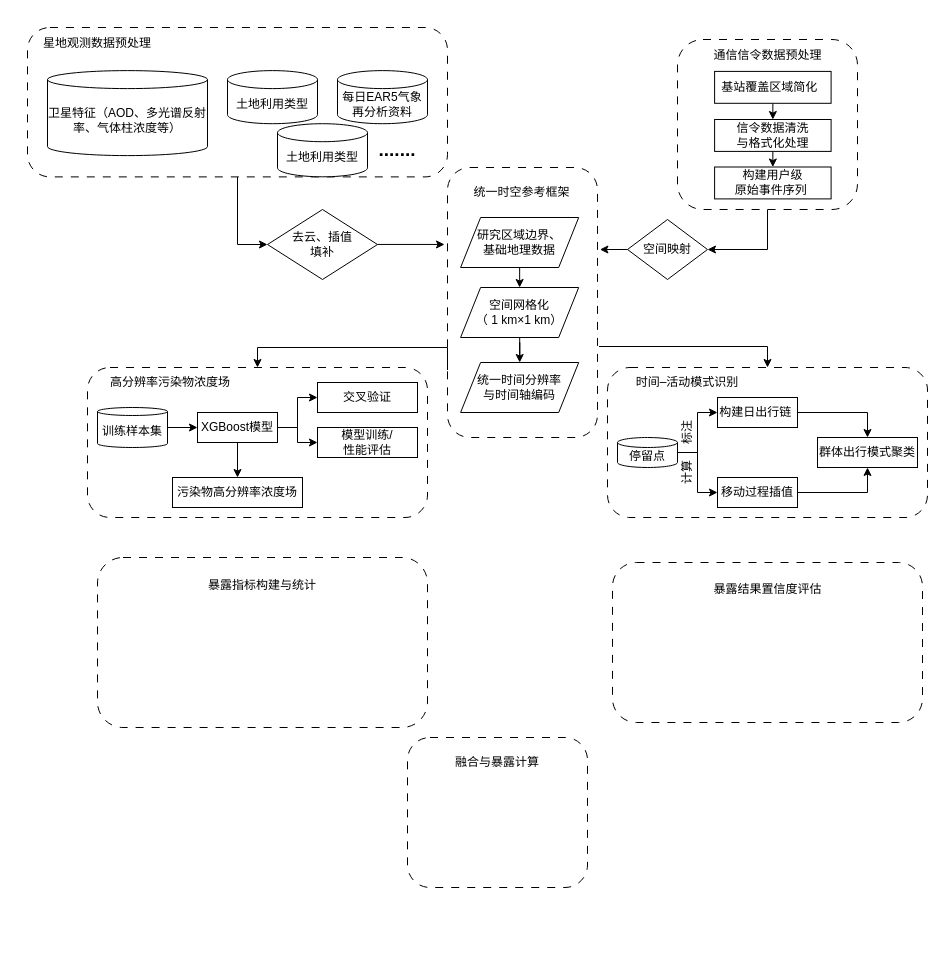
1059363121/iodraw-files keeps this draw.io diagram as 专利.drawio. Above is the earlier version. Source tidied: cells renumbered, new cells numbered last; positions are measured from the earlier drawing's top-left corner, leaving out a move shared by most shapes. Both pictures are drawn from the tidied source at 100%, with x=0, y=0 at pixel (27, 17).
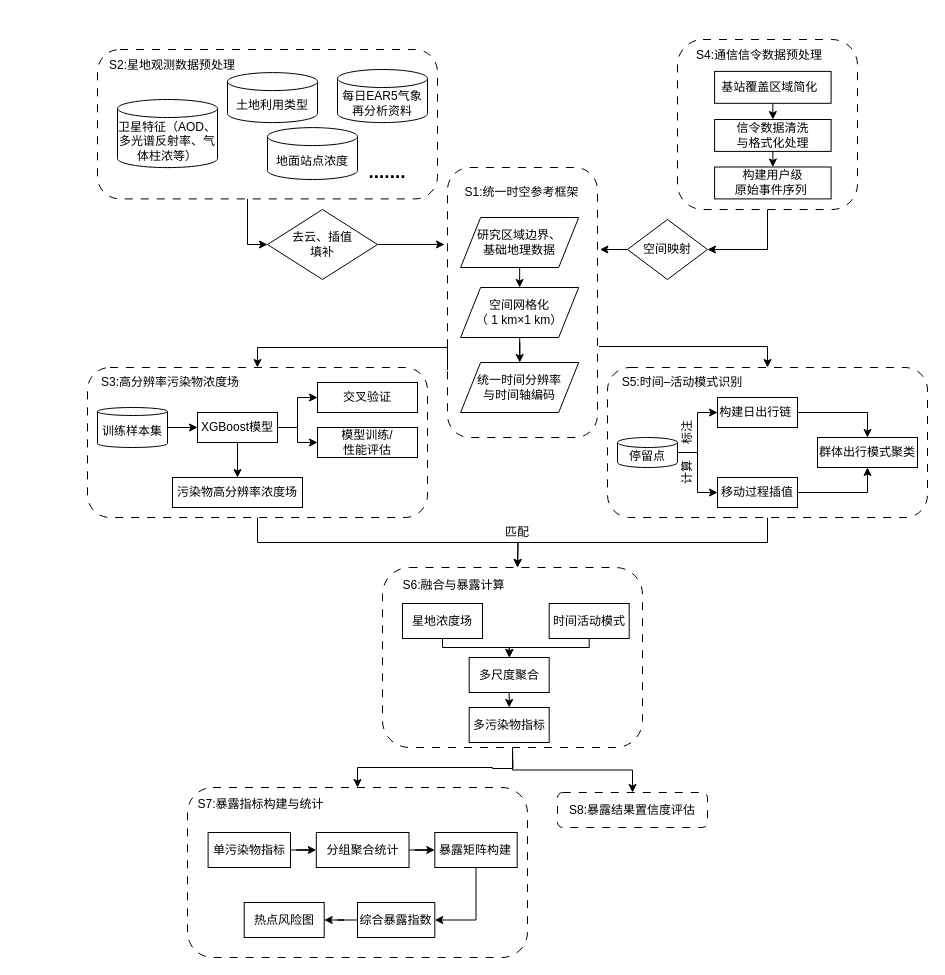
The same page after the edit.

The change refers to these unchanged cells:
```xml
<mxCell id="2" style="rounded=1;whiteSpace=wrap;html=1;dashed=1;dashPattern=8 8;" parent="1" vertex="1">
  <mxGeometry x="580" y="350" width="320" height="150" as="geometry" />
</mxCell>
<mxCell id="6" style="group;" parent="1" vertex="1">
  <mxGeometry x="420" y="150" width="150" height="270" as="geometry" />
</mxCell>
<mxCell id="22" style="group;" parent="1" vertex="1">
  <mxGeometry x="650" y="22" width="180" height="170" as="geometry" />
</mxCell>
<mxCell id="30" style="group;" parent="1" vertex="1">
  <mxGeometry x="60" y="350" width="340" height="150" as="geometry" />
</mxCell>
<mxCell id="31" style="rounded=1;whiteSpace=wrap;html=1;dashed=1;dashPattern=8 8;" parent="30" vertex="1">
  <mxGeometry width="340" height="150" as="geometry" />
</mxCell>
<mxCell id="53" value="去云、插值&lt;div&gt;填补&lt;/div&gt;" style="rhombus;whiteSpace=wrap;html=1;" parent="1" vertex="1">
  <mxGeometry x="240" y="192" width="110" height="70" as="geometry" />
</mxCell>
```

Diff of the diagram source:
```diff
@@
+    <mxCell id="67" style="edgeStyle=orthogonalEdgeStyle;rounded=0;jettySize=auto;html=1;exitX=0.5;exitY=1;exitDx=0;exitDy=0;" parent="1" edge="1" source="2">
+      <mxGeometry relative="1" as="geometry">
+        <mxPoint x="490" y="550" as="targetPoint" />
+      </mxGeometry>
+    </mxCell>
@@
-    <mxCell id="8" value="统一时空参考框架" style="text;html=1;whiteSpace=wrap;strokeColor=none;fillColor=none;align=center;verticalAlign=middle;rounded=0;" parent="6" vertex="1">
+    <mxCell id="8" value="S1:统一时空参考框架" style="text;html=1;whiteSpace=wrap;strokeColor=none;fillColor=none;align=center;verticalAlign=middle;rounded=0;" parent="6" vertex="1">
       <mxGeometry x="9.4" y="10" width="131.2" height="30" as="geometry" />
     </mxCell>
@@
     <mxCell id="14" style="group;" parent="1" vertex="1">
-      <mxGeometry width="420" height="170" as="geometry" />
+      <mxGeometry x="-10" y="22" width="420" height="170" as="geometry" />
     </mxCell>
     <mxCell id="15" style="rounded=1;whiteSpace=wrap;html=1;dashed=1;dashPattern=8 8;" parent="14" vertex="1">
-      <mxGeometry y="10" width="420" height="149.4" as="geometry" />
+      <mxGeometry x="80" y="10" width="340" height="149.4" as="geometry" />
     </mxCell>
-    <mxCell id="16" value="星地观测数据预处理" style="text;html=1;whiteSpace=wrap;strokeColor=none;fillColor=none;align=center;verticalAlign=middle;rounded=0;" parent="14" vertex="1">
-      <mxGeometry x="10" y="10" width="120" height="31.9" as="geometry" />
+    <mxCell id="16" value="S2:星地观测数据预处理" style="text;html=1;whiteSpace=wrap;strokeColor=none;fillColor=none;align=center;verticalAlign=middle;rounded=0;" parent="14" vertex="1">
+      <mxGeometry x="90" y="10" width="130" height="31.9" as="geometry" />
     </mxCell>
-    <mxCell id="17" value="卫星特征（AOD、多光谱反射率、气体柱浓度等）" style="shape=cylinder3;whiteSpace=wrap;html=1;boundedLbl=1;backgroundOutline=1;size=9;" parent="14" vertex="1">
-      <mxGeometry x="20" y="53.1" width="160" height="85" as="geometry" />
+    <mxCell id="17" value="卫星特征（AOD、&lt;div&gt;多光谱反射率、气体柱浓等）&lt;/div&gt;" style="shape=cylinder3;whiteSpace=wrap;html=1;boundedLbl=1;backgroundOutline=1;size=9;" parent="14" vertex="1">
+      <mxGeometry x="100" y="60" width="100" height="68.1" as="geometry" />
     </mxCell>
     <mxCell id="18" value="每日EAR5气象&lt;div&gt;再分析资料&lt;/div&gt;" style="shape=cylinder3;whiteSpace=wrap;html=1;boundedLbl=1;backgroundOutline=1;size=9;" parent="14" vertex="1">
-      <mxGeometry x="310" y="53.1" width="90" height="53.1" as="geometry" />
+      <mxGeometry x="320" y="30" width="90" height="53.1" as="geometry" />
     </mxCell>
     <mxCell id="19" value="土地利用类型" style="shape=cylinder3;whiteSpace=wrap;html=1;boundedLbl=1;backgroundOutline=1;size=9;" parent="14" vertex="1">
-      <mxGeometry x="200" y="53.1" width="90" height="53.1" as="geometry" />
+      <mxGeometry x="210" y="33.1" width="90" height="50" as="geometry" />
     </mxCell>
-    <mxCell id="20" value="土地利用类型" style="shape=cylinder3;whiteSpace=wrap;html=1;boundedLbl=1;backgroundOutline=1;size=9;" parent="14" vertex="1">
-      <mxGeometry x="250" y="106.2" width="90" height="53.1" as="geometry" />
+    <mxCell id="20" value="地面站点浓度" style="shape=cylinder3;whiteSpace=wrap;html=1;boundedLbl=1;backgroundOutline=1;size=9;" parent="14" vertex="1">
+      <mxGeometry x="250" y="88.1" width="90" height="51.9" as="geometry" />
     </mxCell>
@@
-    <mxCell id="24" value="通信信令数据预处理" style="text;html=1;whiteSpace=wrap;strokeColor=none;fillColor=none;align=center;verticalAlign=middle;rounded=0;" parent="22" vertex="1">
-      <mxGeometry x="26.5" width="127.1" height="31.9" as="geometry" />
+    <mxCell id="24" value="S4:通信信令数据预处理" style="text;html=1;whiteSpace=wrap;strokeColor=none;fillColor=none;align=center;verticalAlign=middle;rounded=0;" parent="22" vertex="1">
+      <mxGeometry x="10" width="143.5" height="31.9" as="geometry" />
     </mxCell>
@@
+    <mxCell id="68" style="edgeStyle=orthogonalEdgeStyle;rounded=0;jettySize=auto;html=1;exitX=0.5;exitY=1;exitDx=0;exitDy=0;" parent="30" edge="1" source="31">
+      <mxGeometry relative="1" as="geometry">
+        <mxPoint x="430" y="200" as="targetPoint" />
+      </mxGeometry>
+    </mxCell>
@@
-    <mxCell id="32" value="高分辨率污染物浓度场" style="text;html=1;whiteSpace=wrap;strokeColor=none;fillColor=none;align=center;verticalAlign=middle;rounded=0;" parent="30" vertex="1">
+    <mxCell id="32" value="S3:高分辨率污染物浓度场" style="text;html=1;whiteSpace=wrap;strokeColor=none;fillColor=none;align=center;verticalAlign=middle;rounded=0;" parent="30" vertex="1">
       <mxGeometry x="-40" width="245.6" height="30" as="geometry" />
     </mxCell>
@@
     <mxCell id="42" style="group;" parent="1" vertex="1">
-      <mxGeometry x="380" y="720" width="180" height="150" as="geometry" />
+      <mxGeometry x="335" y="550" width="320" height="180" as="geometry" />
     </mxCell>
     <mxCell id="43" style="rounded=1;whiteSpace=wrap;html=1;dashed=1;dashPattern=8 8;" parent="42" vertex="1">
-      <mxGeometry width="180" height="150" as="geometry" />
+      <mxGeometry x="20" width="260" height="180" as="geometry" />
     </mxCell>
-    <mxCell id="44" value="融合与暴露计算" style="text;html=1;whiteSpace=wrap;strokeColor=none;fillColor=none;align=center;verticalAlign=middle;rounded=0;" parent="42" vertex="1">
-      <mxGeometry x="30" y="10" width="120" height="30" as="geometry" />
+    <mxCell id="44" value="S6:融合与暴露计算" style="text;html=1;whiteSpace=wrap;strokeColor=none;fillColor=none;align=center;verticalAlign=middle;rounded=0;" parent="42" vertex="1">
+      <mxGeometry x="-15" width="213.3" height="36" as="geometry" />
     </mxCell>
+    <mxCell id="69" style="edgeStyle=orthogonalEdgeStyle;rounded=0;jettySize=auto;html=1;exitX=0.5;exitY=1;exitDx=0;exitDy=0;entryX=0.5;entryY=0;entryDx=0;entryDy=0;" parent="42" edge="1" source="70" target="74">
+      <mxGeometry relative="1" as="geometry">
+        <Array as="points">
+          <mxPoint x="80" y="80" />
+          <mxPoint x="147" y="80" />
+        </Array>
+      </mxGeometry>
+    </mxCell>
+    <mxCell id="70" value="星地浓度场" style="rounded=0;whiteSpace=wrap;html=1;" parent="42" vertex="1">
+      <mxGeometry x="40" y="36" width="80" height="35" as="geometry" />
+    </mxCell>
+    <mxCell id="71" style="edgeStyle=orthogonalEdgeStyle;rounded=0;jettySize=auto;html=1;exitX=0.5;exitY=1;exitDx=0;exitDy=0;" parent="42" edge="1" source="72" target="74">
+      <mxGeometry relative="1" as="geometry">
+        <Array as="points">
+          <mxPoint x="227" y="80" />
+          <mxPoint x="147" y="80" />
+        </Array>
+      </mxGeometry>
+    </mxCell>
+    <mxCell id="72" value="时间活动模式" style="rounded=0;whiteSpace=wrap;html=1;" parent="42" vertex="1">
+      <mxGeometry x="186.7" y="36" width="80" height="35" as="geometry" />
+    </mxCell>
+    <mxCell id="73" style="edgeStyle=orthogonalEdgeStyle;rounded=0;jettySize=auto;html=1;exitX=0.5;exitY=1;exitDx=0;exitDy=0;entryX=0.5;entryY=0;entryDx=0;entryDy=0;" parent="42" edge="1" source="74" target="75">
+      <mxGeometry relative="1" as="geometry" />
+    </mxCell>
+    <mxCell id="74" value="多尺度聚合" style="rounded=0;whiteSpace=wrap;html=1;" parent="42" vertex="1">
+      <mxGeometry x="106.7" y="90" width="80" height="35" as="geometry" />
+    </mxCell>
+    <mxCell id="75" value="多污染物指标" style="rounded=0;whiteSpace=wrap;html=1;" parent="42" vertex="1">
+      <mxGeometry x="106.7" y="140" width="80" height="35" as="geometry" />
+    </mxCell>
     <mxCell id="45" style="group;" parent="1" vertex="1">
-      <mxGeometry x="585" y="545" width="310" height="160" as="geometry" />
+      <mxGeometry x="530" y="775" width="150" height="35" as="geometry" />
     </mxCell>
-    <mxCell id="46" style="rounded=1;whiteSpace=wrap;html=1;dashed=1;dashPattern=8 8;" parent="45" vertex="1">
-      <mxGeometry width="310" height="160" as="geometry" />
+    <mxCell id="46" value="S8:暴露结果置信度评估" style="rounded=1;whiteSpace=wrap;html=1;dashed=1;dashPattern=8 8;" parent="45" vertex="1">
+      <mxGeometry width="150" height="35" as="geometry" />
     </mxCell>
-    <mxCell id="47" value="暴露结果置信度评估" style="text;html=1;whiteSpace=wrap;strokeColor=none;fillColor=none;align=center;verticalAlign=middle;rounded=0;" parent="45" vertex="1">
-      <mxGeometry x="51.7" y="10.7" width="206.7" height="32" as="geometry" />
-    </mxCell>
     <mxCell id="48" style="group;" parent="1" vertex="1">
-      <mxGeometry x="70" y="540" width="330" height="170" as="geometry" />
+      <mxGeometry x="160" y="770" width="340" height="170" as="geometry" />
     </mxCell>
     <mxCell id="49" style="rounded=1;whiteSpace=wrap;html=1;dashed=1;dashPattern=8 8;" parent="48" vertex="1">
-      <mxGeometry width="330" height="170" as="geometry" />
+      <mxGeometry width="340" height="170" as="geometry" />
     </mxCell>
-    <mxCell id="50" value="暴露指标构建与统计" style="text;html=1;whiteSpace=wrap;strokeColor=none;fillColor=none;align=center;verticalAlign=middle;rounded=0;" parent="48" vertex="1">
-      <mxGeometry x="55" y="11.3" width="220" height="34" as="geometry" />
+    <mxCell id="50" value="S7:暴露指标构建与统计" style="text;html=1;whiteSpace=wrap;strokeColor=none;fillColor=none;align=center;verticalAlign=middle;rounded=0;" parent="48" vertex="1">
+      <mxGeometry x="-40" width="226.7" height="34" as="geometry" />
     </mxCell>
+    <mxCell id="76" style="edgeStyle=orthogonalEdgeStyle;rounded=0;jettySize=auto;html=1;exitX=1;exitY=0.5;exitDx=0;exitDy=0;" parent="48" edge="1" source="77" target="79">
+      <mxGeometry relative="1" as="geometry" />
+    </mxCell>
+    <mxCell id="77" value="单污染物指标" style="rounded=0;whiteSpace=wrap;html=1;" parent="48" vertex="1">
+      <mxGeometry x="20.6" y="45" width="82.4" height="35" as="geometry" />
+    </mxCell>
+    <mxCell id="78" style="edgeStyle=orthogonalEdgeStyle;rounded=0;jettySize=auto;html=1;entryX=0;entryY=0.5;entryDx=0;entryDy=0;" parent="48" edge="1" source="79" target="83">
+      <mxGeometry relative="1" as="geometry" />
+    </mxCell>
+    <mxCell id="79" value="分组聚合统计" style="rounded=0;whiteSpace=wrap;html=1;" parent="48" vertex="1">
+      <mxGeometry x="128.8" y="45" width="92.7" height="35" as="geometry" />
+    </mxCell>
+    <mxCell id="80" style="edgeStyle=orthogonalEdgeStyle;rounded=0;jettySize=auto;html=1;entryX=1;entryY=0.5;entryDx=0;entryDy=0;" parent="48" edge="1" source="81" target="84">
+      <mxGeometry relative="1" as="geometry" />
+    </mxCell>
+    <mxCell id="81" value="综合暴露指数" style="rounded=0;whiteSpace=wrap;html=1;" parent="48" vertex="1">
+      <mxGeometry x="170" y="115" width="77.3" height="35" as="geometry" />
+    </mxCell>
+    <mxCell id="82" style="edgeStyle=orthogonalEdgeStyle;rounded=0;jettySize=auto;html=1;exitX=0.5;exitY=1;exitDx=0;exitDy=0;entryX=1;entryY=0.5;entryDx=0;entryDy=0;" parent="48" edge="1" source="83" target="81">
+      <mxGeometry relative="1" as="geometry" />
+    </mxCell>
+    <mxCell id="83" value="暴露矩阵构建" style="rounded=0;whiteSpace=wrap;html=1;" parent="48" vertex="1">
+      <mxGeometry x="247.3" y="45" width="82.4" height="35" as="geometry" />
+    </mxCell>
+    <mxCell id="84" value="热点风险图" style="rounded=0;whiteSpace=wrap;html=1;" parent="48" vertex="1">
+      <mxGeometry x="56.7" y="115" width="80" height="35" as="geometry" />
+    </mxCell>
@@
     <mxCell id="52" style="edgeStyle=orthogonalEdgeStyle;rounded=0;jettySize=auto;html=1;entryX=0;entryY=0.5;entryDx=0;entryDy=0;" parent="1" edge="1" source="15" target="53">
-      <mxGeometry relative="1" as="geometry" />
+      <mxGeometry relative="1" as="geometry">
+        <Array as="points">
+          <mxPoint x="220" y="227" />
+        </Array>
+      </mxGeometry>
     </mxCell>
@@
-    <mxCell id="60" value="时间–活动模式识别" style="text;html=1;whiteSpace=wrap;strokeColor=none;fillColor=none;align=center;verticalAlign=middle;rounded=0;" parent="1" vertex="1">
-      <mxGeometry x="600" y="350" width="120" height="30" as="geometry" />
+    <mxCell id="60" value="S5:时间–活动模式识别" style="text;html=1;whiteSpace=wrap;strokeColor=none;fillColor=none;align=center;verticalAlign=middle;rounded=0;" parent="1" vertex="1">
+      <mxGeometry x="590" y="350" width="130" height="30" as="geometry" />
     </mxCell>
@@
+    <mxCell id="85" style="edgeStyle=orthogonalEdgeStyle;rounded=0;jettySize=auto;html=1;entryX=0.5;entryY=0;entryDx=0;entryDy=0;" parent="1" edge="1" target="49">
+      <mxGeometry relative="1" as="geometry">
+        <mxPoint x="485" y="730" as="sourcePoint" />
+      </mxGeometry>
+    </mxCell>
+    <mxCell id="86" style="edgeStyle=orthogonalEdgeStyle;rounded=0;jettySize=auto;html=1;exitX=0.5;exitY=1;exitDx=0;exitDy=0;entryX=0.5;entryY=0;entryDx=0;entryDy=0;" parent="1" edge="1" source="43" target="46">
+      <mxGeometry relative="1" as="geometry" />
+    </mxCell>
+    <mxCell id="87" value="匹配" style="text;html=1;whiteSpace=wrap;strokeColor=none;fillColor=none;align=center;verticalAlign=middle;rounded=0;" parent="1" vertex="1">
+      <mxGeometry x="460" y="500" width="60" height="30" as="geometry" />
+    </mxCell>
```
